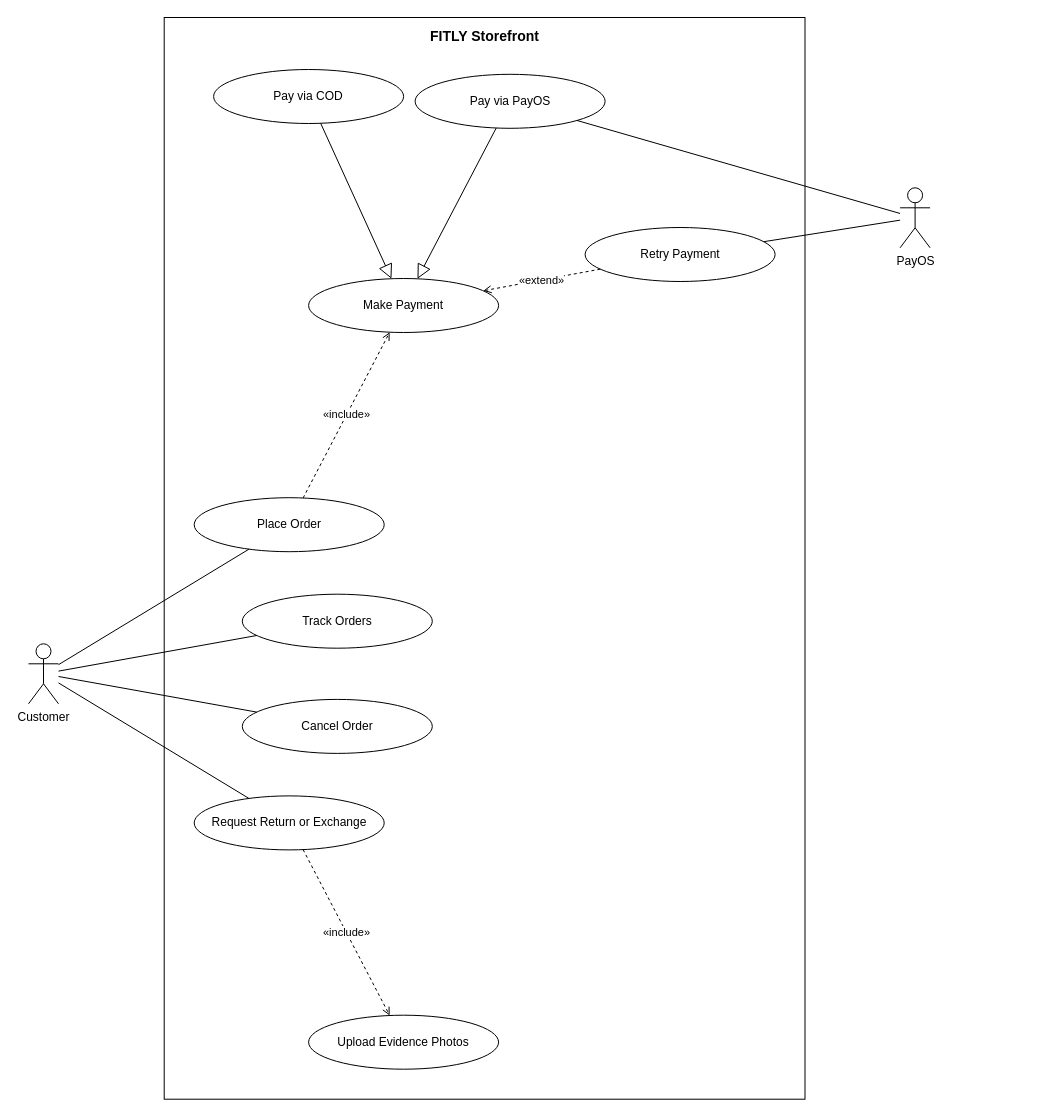
The draw.io diagram page "Customer - Orders & Payment" (5 of 24) of docs/design/usecase/FITLY-usecase.drawio in vietcachep/eco_fashion_be, before the edit. Source tidied: cells renumbered, new cells numbered last; positions are measured from the earlier drawing's top-left corner, leaving out a move shared by most shapes. Both pictures are drawn from the tidied source at 100%, with x=0, y=0 at pixel (28, 17).
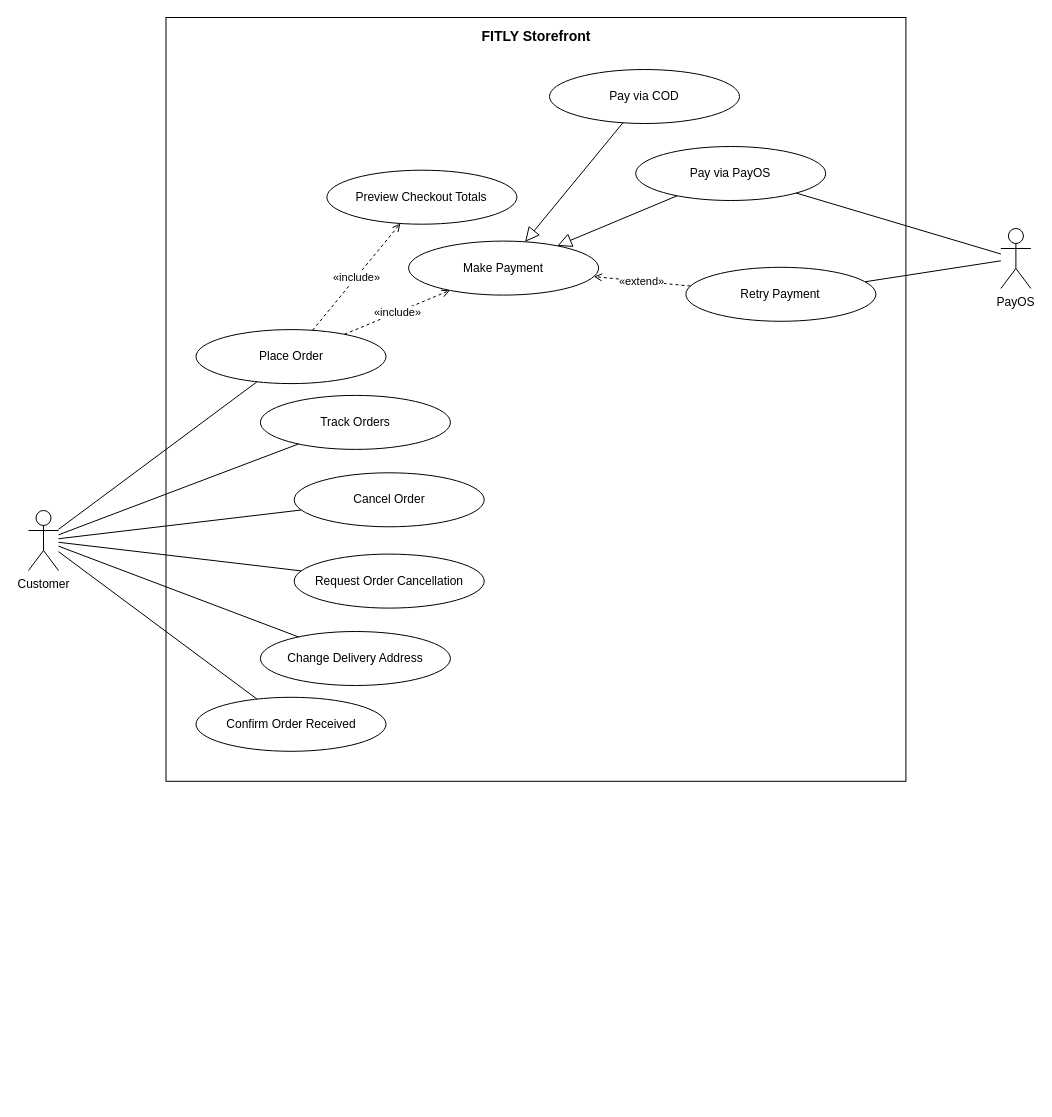
The same diagram, later.

Change to the diagram source:
```diff
@@
     <mxCell id="2" value="FITLY Storefront" style="rounded=0;whiteSpace=wrap;html=1;fillColor=none;verticalAlign=top;fontStyle=1;fontSize=14;spacingTop=4;" parent="1" vertex="1">
-      <mxGeometry x="135.7" width="640.8" height="1081.7" as="geometry" />
+      <mxGeometry x="137.5" width="739.9" height="763.8" as="geometry" />
     </mxCell>
     <mxCell id="3" value="Place Order" style="ellipse;whiteSpace=wrap;html=1;fontSize=12;fillColor=#FFFFFF;" parent="1" vertex="1">
-      <mxGeometry x="165.7" y="480.2" width="190" height="54" as="geometry" />
+      <mxGeometry x="167.5" y="312.1" width="190" height="54" as="geometry" />
     </mxCell>
     <mxCell id="4" value="Track Orders" style="ellipse;whiteSpace=wrap;html=1;fontSize=12;fillColor=#FFFFFF;" parent="1" vertex="1">
-      <mxGeometry x="213.8" y="576.7" width="190" height="54" as="geometry" />
+      <mxGeometry x="231.9" y="377.9" width="190" height="54" as="geometry" />
     </mxCell>
     <mxCell id="5" value="Cancel Order" style="ellipse;whiteSpace=wrap;html=1;fontSize=12;fillColor=#FFFFFF;" parent="1" vertex="1">
-      <mxGeometry x="213.8" y="681.9" width="190" height="54" as="geometry" />
+      <mxGeometry x="265.7" y="455.3" width="190" height="54" as="geometry" />
     </mxCell>
-    <mxCell id="6" value="Request Return or Exchange" style="ellipse;whiteSpace=wrap;html=1;fontSize=12;fillColor=#FFFFFF;" parent="1" vertex="1">
-      <mxGeometry x="165.7" y="778.4" width="190" height="54" as="geometry" />
+    <mxCell id="6" value="Request Order Cancellation" style="ellipse;whiteSpace=wrap;html=1;fontSize=12;fillColor=#FFFFFF;" parent="1" vertex="1">
+      <mxGeometry x="265.7" y="536.6" width="190" height="54" as="geometry" />
     </mxCell>
-    <mxCell id="7" value="Make Payment" style="ellipse;whiteSpace=wrap;html=1;fontSize=12;fillColor=#FFFFFF;" parent="1" vertex="1">
-      <mxGeometry x="280.1" y="261" width="190" height="54" as="geometry" />
+    <mxCell id="7" value="Change Delivery Address" style="ellipse;whiteSpace=wrap;html=1;fontSize=12;fillColor=#FFFFFF;" parent="1" vertex="1">
+      <mxGeometry x="231.9" y="614" width="190" height="54" as="geometry" />
     </mxCell>
-    <mxCell id="8" value="Pay via COD" style="ellipse;whiteSpace=wrap;html=1;fontSize=12;fillColor=#FFFFFF;" parent="1" vertex="1">
-      <mxGeometry x="185.1" y="52" width="190" height="54" as="geometry" />
+    <mxCell id="8" value="Confirm Order Received" style="ellipse;whiteSpace=wrap;html=1;fontSize=12;fillColor=#FFFFFF;" parent="1" vertex="1">
+      <mxGeometry x="167.5" y="679.8" width="190" height="54" as="geometry" />
     </mxCell>
-    <mxCell id="9" value="Pay via PayOS" style="ellipse;whiteSpace=wrap;html=1;fontSize=12;fillColor=#FFFFFF;" parent="1" vertex="1">
-      <mxGeometry x="386.6" y="56.8" width="190" height="54" as="geometry" />
+    <mxCell id="9" value="Preview Checkout Totals" style="ellipse;whiteSpace=wrap;html=1;fontSize=12;fillColor=#FFFFFF;" parent="1" vertex="1">
+      <mxGeometry x="298.4" y="152.7" width="190" height="54" as="geometry" />
     </mxCell>
-    <mxCell id="10" value="Retry Payment" style="ellipse;whiteSpace=wrap;html=1;fontSize=12;fillColor=#FFFFFF;" parent="1" vertex="1">
-      <mxGeometry x="556.6" y="210" width="190" height="54" as="geometry" />
+    <mxCell id="10" value="Make Payment" style="ellipse;whiteSpace=wrap;html=1;fontSize=12;fillColor=#FFFFFF;" parent="1" vertex="1">
+      <mxGeometry x="380.1" y="223.6" width="190" height="54" as="geometry" />
     </mxCell>
-    <mxCell id="11" value="Upload Evidence Photos" style="ellipse;whiteSpace=wrap;html=1;fontSize=12;fillColor=#FFFFFF;" parent="1" vertex="1">
-      <mxGeometry x="280.1" y="997.7" width="190" height="54" as="geometry" />
+    <mxCell id="11" value="Pay via COD" style="ellipse;whiteSpace=wrap;html=1;fontSize=12;fillColor=#FFFFFF;" parent="1" vertex="1">
+      <mxGeometry x="521" y="52" width="190" height="54" as="geometry" />
     </mxCell>
-    <mxCell id="12" value="Customer" style="shape=umlActor;verticalLabelPosition=bottom;verticalAlign=top;html=1;outlineConnect=0;" parent="1" vertex="1">
-      <mxGeometry y="626.3" width="30" height="60" as="geometry" />
+    <mxCell id="12" value="Pay via PayOS" style="ellipse;whiteSpace=wrap;html=1;fontSize=12;fillColor=#FFFFFF;" parent="1" vertex="1">
+      <mxGeometry x="607.2" y="129" width="190" height="54" as="geometry" />
     </mxCell>
-    <mxCell id="13" value="PayOS" style="shape=umlActor;verticalLabelPosition=bottom;verticalAlign=top;html=1;outlineConnect=0;" parent="1" vertex="1">
-      <mxGeometry x="871.6" y="170.3" width="30" height="60" as="geometry" />
+    <mxCell id="13" value="Retry Payment" style="ellipse;whiteSpace=wrap;html=1;fontSize=12;fillColor=#FFFFFF;" parent="1" vertex="1">
+      <mxGeometry x="657.4" y="249.8" width="190" height="54" as="geometry" />
     </mxCell>
-    <mxCell id="14" style="edgeStyle=none;html=1;rounded=0;endArrow=none;" parent="1" edge="1" source="12" target="3">
-      <mxGeometry relative="1" as="geometry" />
+    <mxCell id="14" value="Customer" style="shape=umlActor;verticalLabelPosition=bottom;verticalAlign=top;html=1;outlineConnect=0;" parent="1" vertex="1">
+      <mxGeometry y="493" width="30" height="60" as="geometry" />
     </mxCell>
-    <mxCell id="15" style="edgeStyle=none;html=1;rounded=0;endArrow=none;" parent="1" edge="1" source="12" target="4">
-      <mxGeometry relative="1" as="geometry" />
+    <mxCell id="15" value="PayOS" style="shape=umlActor;verticalLabelPosition=bottom;verticalAlign=top;html=1;outlineConnect=0;" parent="1" vertex="1">
+      <mxGeometry x="972.4" y="211" width="30" height="60" as="geometry" />
     </mxCell>
-    <mxCell id="16" style="edgeStyle=none;html=1;rounded=0;endArrow=none;" parent="1" edge="1" source="12" target="5">
+    <mxCell id="16" style="edgeStyle=none;html=1;rounded=0;endArrow=none;" parent="1" edge="1" source="14" target="3">
       <mxGeometry relative="1" as="geometry" />
     </mxCell>
-    <mxCell id="17" style="edgeStyle=none;html=1;rounded=0;endArrow=none;" parent="1" edge="1" source="12" target="6">
+    <mxCell id="17" style="edgeStyle=none;html=1;rounded=0;endArrow=none;" parent="1" edge="1" source="14" target="4">
       <mxGeometry relative="1" as="geometry" />
     </mxCell>
-    <mxCell id="18" value="«include»" style="edgeStyle=none;html=1;rounded=0;dashed=1;endArrow=open;endFill=0;fontSize=11;" parent="1" edge="1" source="3" target="7">
+    <mxCell id="18" style="edgeStyle=none;html=1;rounded=0;endArrow=none;" parent="1" edge="1" source="14" target="5">
       <mxGeometry relative="1" as="geometry" />
     </mxCell>
-    <mxCell id="19" style="edgeStyle=none;html=1;rounded=0;endArrow=block;endFill=0;endSize=12;" parent="1" edge="1" source="8" target="7">
+    <mxCell id="19" style="edgeStyle=none;html=1;rounded=0;endArrow=none;" parent="1" edge="1" source="14" target="6">
       <mxGeometry relative="1" as="geometry" />
     </mxCell>
-    <mxCell id="20" style="edgeStyle=none;html=1;rounded=0;endArrow=block;endFill=0;endSize=12;" parent="1" edge="1" source="9" target="7">
+    <mxCell id="20" style="edgeStyle=none;html=1;rounded=0;endArrow=none;" parent="1" edge="1" source="14" target="7">
       <mxGeometry relative="1" as="geometry" />
     </mxCell>
-    <mxCell id="21" value="«extend»" style="edgeStyle=none;html=1;rounded=0;dashed=1;endArrow=open;endFill=0;fontSize=11;" parent="1" edge="1" source="10" target="7">
+    <mxCell id="21" style="edgeStyle=none;html=1;rounded=0;endArrow=none;" parent="1" edge="1" source="14" target="8">
       <mxGeometry relative="1" as="geometry" />
     </mxCell>
-    <mxCell id="22" value="«include»" style="edgeStyle=none;html=1;rounded=0;dashed=1;endArrow=open;endFill=0;fontSize=11;" parent="1" edge="1" source="6" target="11">
+    <mxCell id="22" value="«include»" style="edgeStyle=none;html=1;rounded=0;dashed=1;endArrow=open;endFill=0;fontSize=11;" parent="1" edge="1" source="3" target="9">
       <mxGeometry relative="1" as="geometry" />
     </mxCell>
-    <mxCell id="23" style="edgeStyle=none;html=1;rounded=0;endArrow=none;" parent="1" edge="1" source="13" target="9">
+    <mxCell id="23" value="«include»" style="edgeStyle=none;html=1;rounded=0;dashed=1;endArrow=open;endFill=0;fontSize=11;" parent="1" edge="1" source="3" target="10">
       <mxGeometry relative="1" as="geometry" />
     </mxCell>
-    <mxCell id="24" style="edgeStyle=none;html=1;rounded=0;endArrow=none;" parent="1" edge="1" source="13" target="10">
+    <mxCell id="24" style="edgeStyle=none;html=1;rounded=0;endArrow=block;endFill=0;endSize=12;" parent="1" edge="1" source="11" target="10">
       <mxGeometry relative="1" as="geometry" />
     </mxCell>
+    <mxCell id="25" style="edgeStyle=none;html=1;rounded=0;endArrow=block;endFill=0;endSize=12;" parent="1" edge="1" source="12" target="10">
+      <mxGeometry relative="1" as="geometry" />
+    </mxCell>
+    <mxCell id="26" value="«extend»" style="edgeStyle=none;html=1;rounded=0;dashed=1;endArrow=open;endFill=0;fontSize=11;" parent="1" edge="1" source="13" target="10">
+      <mxGeometry relative="1" as="geometry" />
+    </mxCell>
+    <mxCell id="27" style="edgeStyle=none;html=1;rounded=0;endArrow=none;" parent="1" edge="1" source="15" target="12">
+      <mxGeometry relative="1" as="geometry" />
+    </mxCell>
+    <mxCell id="28" style="edgeStyle=none;html=1;rounded=0;endArrow=none;" parent="1" edge="1" source="15" target="13">
+      <mxGeometry relative="1" as="geometry" />
+    </mxCell>
```
